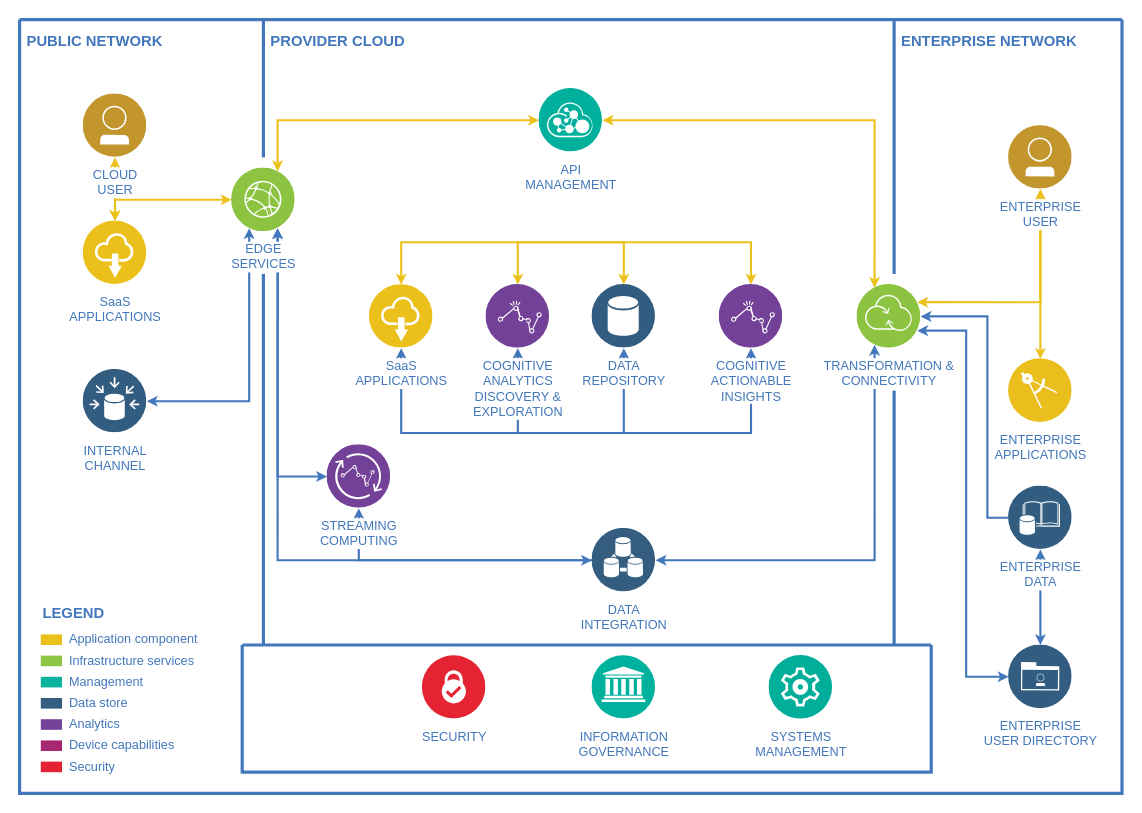
This is page "Page-1" (1 of 2) of 格林信息.drawio from bzerozero7/test, a draw.io file, before an edit. Source tidied: cells renumbered, new cells numbered last; positions are measured from the earlier drawing's top-left corner, leaving out a move shared by most shapes. Both pictures are drawn from the tidied source at 106%, with x=0, y=0 at pixel (19, 19).
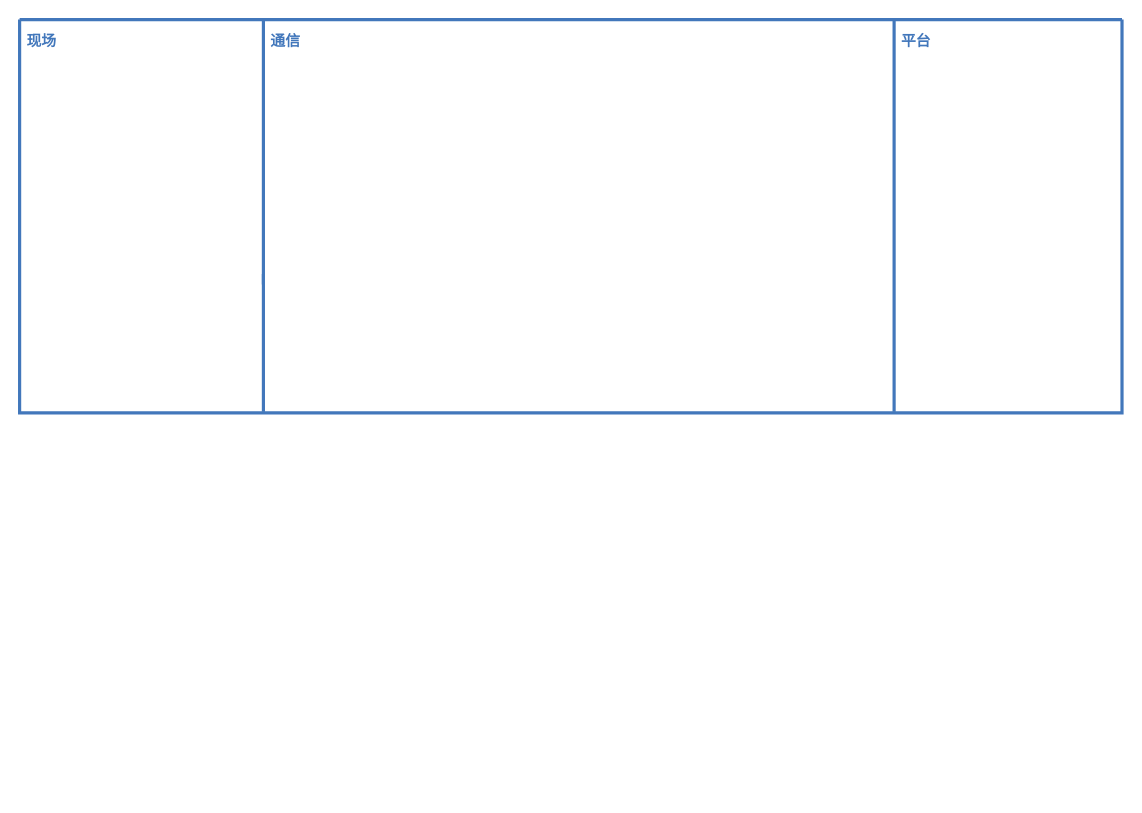
Above is the later version.

Commit message (it also covers changes not shown here):
更新格林信息.drawio

The edit, as a diff of the source:
```diff
@@
     <mxCell id="2" style="swimlane;shadow=0;strokeColor=#4277BB;fillColor=#ffffff;fontColor=none;align=right;startSize=0;noLabel=1;strokeWidth=3;" parent="1" vertex="1">
-      <mxGeometry width="1040" height="730" as="geometry" />
+      <mxGeometry width="1040" height="371" as="geometry" />
     </mxCell>
-    <mxCell id="3" style="edgeStyle=orthogonalEdgeStyle;rounded=0;html=1;labelBackgroundColor=#ffffff;jettySize=auto;strokeColor=#EDC11C;fontColor=#000000;startArrow=classic;startFill=1;strokeWidth=2;endSize=4;startSize=4;" parent="2" edge="1" source="20" target="22">
-      <mxGeometry relative="1" as="geometry" />
-    </mxCell>
-    <mxCell id="4" style="edgeStyle=orthogonalEdgeStyle;rounded=0;html=1;entryX=0.75;entryY=1;labelBackgroundColor=#ffffff;jettySize=auto;strokeColor=#4277BB;fontColor=#000000;strokeWidth=2;endSize=4;startSize=4;startArrow=classic;startFill=1;" parent="2" edge="1" source="30" target="24">
-      <mxGeometry relative="1" as="geometry" />
-    </mxCell>
-    <mxCell id="5" style="edgeStyle=orthogonalEdgeStyle;rounded=0;html=1;entryX=0.25;entryY=1;labelBackgroundColor=#ffffff;jettySize=auto;strokeColor=#4277BB;fontColor=#000000;strokeWidth=2;endSize=4;startSize=4;startArrow=classic;startFill=1;" parent="2" edge="1" source="23" target="24">
-      <mxGeometry relative="1" as="geometry" />
-    </mxCell>
-    <mxCell id="6" style="edgeStyle=orthogonalEdgeStyle;rounded=0;html=1;entryX=0.25;entryY=0;labelBackgroundColor=#ffffff;jettySize=auto;strokeColor=#EDC11C;fontColor=#000000;startArrow=classic;strokeWidth=2;endSize=4;startSize=4;" parent="2" edge="1" source="25" target="32">
-      <mxGeometry relative="1" as="geometry" />
-    </mxCell>
-    <mxCell id="7" style="edgeStyle=orthogonalEdgeStyle;rounded=0;html=1;entryX=0.75;entryY=0;labelBackgroundColor=#ffffff;jettySize=auto;strokeColor=#EDC11C;fontColor=#000000;startArrow=classic;strokeWidth=2;endSize=4;startSize=4;" parent="2" edge="1" source="25" target="24">
-      <mxGeometry relative="1" as="geometry">
-        <Array as="points">
-          <mxPoint x="243" y="95" />
-        </Array>
-      </mxGeometry>
-    </mxCell>
-    <mxCell id="8" style="edgeStyle=orthogonalEdgeStyle;rounded=0;html=1;labelBackgroundColor=#ffffff;jettySize=auto;strokeColor=#4277BB;fontColor=#000000;strokeWidth=2;endSize=4;startSize=4;startArrow=classic;startFill=1;" parent="2" edge="1" source="26" target="29">
-      <mxGeometry relative="1" as="geometry">
-        <Array as="points">
-          <mxPoint x="360" y="390" />
-          <mxPoint x="690" y="390" />
-        </Array>
-      </mxGeometry>
-    </mxCell>
-    <mxCell id="9" style="edgeStyle=orthogonalEdgeStyle;rounded=0;html=1;labelBackgroundColor=#ffffff;jettySize=auto;strokeColor=#EDC11C;fontColor=#000000;startArrow=classic;strokeWidth=2;endSize=4;startSize=4;" parent="2" edge="1" source="26" target="29">
-      <mxGeometry relative="1" as="geometry">
-        <Array as="points">
-          <mxPoint x="360" y="210" />
-          <mxPoint x="690" y="210" />
-        </Array>
-      </mxGeometry>
-    </mxCell>
-    <mxCell id="10" style="edgeStyle=orthogonalEdgeStyle;rounded=0;html=1;labelBackgroundColor=#ffffff;jettySize=auto;strokeColor=#4277BB;fontColor=#000000;strokeWidth=2;endSize=4;startSize=4;startArrow=classic;startFill=1;" parent="2" edge="1" source="27" target="28">
-      <mxGeometry relative="1" as="geometry">
-        <Array as="points">
-          <mxPoint x="470" y="390" />
-          <mxPoint x="570" y="390" />
-        </Array>
-      </mxGeometry>
-    </mxCell>
-    <mxCell id="11" style="edgeStyle=orthogonalEdgeStyle;rounded=0;html=1;labelBackgroundColor=#ffffff;jettySize=auto;strokeColor=#EDC11C;fontColor=#000000;startArrow=classic;strokeWidth=2;endSize=4;startSize=4;" parent="2" edge="1" source="27" target="28">
-      <mxGeometry relative="1" as="geometry">
-        <Array as="points">
-          <mxPoint x="470" y="210" />
-          <mxPoint x="570" y="210" />
-        </Array>
-      </mxGeometry>
-    </mxCell>
-    <mxCell id="12" style="edgeStyle=orthogonalEdgeStyle;rounded=0;html=1;labelBackgroundColor=#ffffff;jettySize=auto;strokeColor=#4277BB;fontColor=#000000;entryX=0.75;entryY=1;strokeWidth=2;endSize=4;startSize=4;startArrow=classic;startFill=1;" parent="2" edge="1" source="31" target="24">
-      <mxGeometry relative="1" as="geometry">
-        <Array as="points">
-          <mxPoint x="243" y="510" />
-        </Array>
-      </mxGeometry>
-    </mxCell>
-    <mxCell id="13" style="edgeStyle=orthogonalEdgeStyle;rounded=0;html=1;entryX=0.25;entryY=1;labelBackgroundColor=#ffffff;jettySize=auto;strokeColor=#4277BB;fontColor=#000000;strokeWidth=2;endSize=4;startSize=4;startArrow=classic;startFill=1;" parent="2" edge="1" source="31" target="32">
-      <mxGeometry relative="1" as="geometry" />
-    </mxCell>
-    <mxCell id="14" style="edgeStyle=orthogonalEdgeStyle;rounded=0;html=1;labelBackgroundColor=#ffffff;jettySize=auto;strokeColor=#EDC11C;fontColor=#000000;startArrow=classic;strokeWidth=2;endSize=4;startSize=4;" parent="2" edge="1" source="33" target="34">
-      <mxGeometry relative="1" as="geometry" />
-    </mxCell>
-    <mxCell id="15" style="edgeStyle=orthogonalEdgeStyle;rounded=0;html=1;entryX=1;entryY=0.25;labelBackgroundColor=#ffffff;jettySize=auto;strokeColor=#EDC11C;fontColor=#000000;startArrow=classic;strokeWidth=2;endSize=4;startSize=4;" parent="2" edge="1" source="33" target="32">
-      <mxGeometry relative="1" as="geometry">
-        <Array as="points">
-          <mxPoint x="963" y="267" />
-        </Array>
-      </mxGeometry>
-    </mxCell>
-    <mxCell id="16" style="edgeStyle=orthogonalEdgeStyle;rounded=0;html=1;entryX=1;entryY=0.5;labelBackgroundColor=#ffffff;jettySize=auto;strokeColor=#4277BB;fontColor=#000000;strokeWidth=2;endSize=4;startSize=4;" parent="2" edge="1" source="35" target="32">
-      <mxGeometry relative="1" as="geometry">
-        <Array as="points">
-          <mxPoint x="913" y="470" />
-          <mxPoint x="913" y="280" />
-        </Array>
-      </mxGeometry>
-    </mxCell>
-    <mxCell id="17" style="edgeStyle=orthogonalEdgeStyle;rounded=0;html=1;labelBackgroundColor=#ffffff;jettySize=auto;strokeColor=#4277BB;fontColor=#000000;strokeWidth=2;endSize=4;startSize=4;startArrow=classic;startFill=1;" parent="2" edge="1" source="35" target="36">
-      <mxGeometry relative="1" as="geometry" />
-    </mxCell>
-    <mxCell id="18" style="edgeStyle=orthogonalEdgeStyle;rounded=0;html=1;entryX=1;entryY=0.75;labelBackgroundColor=#ffffff;jettySize=auto;strokeColor=#4277BB;fontColor=#000000;strokeWidth=2;endSize=4;startSize=4;startArrow=classic;startFill=1;" parent="2" edge="1" source="36" target="32">
-      <mxGeometry relative="1" as="geometry">
-        <Array as="points">
-          <mxPoint x="893" y="620" />
-          <mxPoint x="893" y="293" />
-        </Array>
-      </mxGeometry>
-    </mxCell>
-    <mxCell id="19" style="edgeStyle=orthogonalEdgeStyle;rounded=0;html=1;labelBackgroundColor=#ffffff;jettySize=auto;strokeColor=#4277BB;fontSize=12;fontColor=#4277BB;strokeWidth=2;endSize=4;startSize=4;" parent="2" edge="1" source="31" target="30">
-      <mxGeometry relative="1" as="geometry" />
-    </mxCell>
-    <mxCell id="20" value="CLOUD&lt;div&gt;USER&lt;/div&gt;" style="perimeter=ellipsePerimeter;html=1;align=center;shadow=0;dashed=0;image;image=img/lib/ibm/users/user.svg;strokeColor=#FF0000;fillColor=#FFFF66;gradientColor=none;fontColor=#4277BB;labelBackgroundColor=#ffffff;fontSize=12;spacingTop=3;" parent="2" vertex="1">
-      <mxGeometry x="60" y="70" width="60" height="60" as="geometry" />
-    </mxCell>
-    <mxCell id="21" style="edgeStyle=orthogonalEdgeStyle;rounded=0;html=1;labelBackgroundColor=#ffffff;startArrow=classic;startFill=1;startSize=4;endSize=4;jettySize=auto;strokeColor=#EDC11C;strokeWidth=2;fontSize=12;fontColor=#4277BB;" parent="2" edge="1" source="22" target="24">
-      <mxGeometry relative="1" as="geometry">
-        <Array as="points">
-          <mxPoint x="90" y="170" />
-        </Array>
-      </mxGeometry>
-    </mxCell>
-    <mxCell id="22" value="SaaS&lt;div&gt;APPLICATIONS&lt;/div&gt;" style="perimeter=ellipsePerimeter;html=1;align=center;shadow=0;dashed=0;image;image=img/lib/ibm/applications/saas_applications.svg;strokeColor=#FF0000;fillColor=#FFFF66;gradientColor=none;fontColor=#4277BB;labelBackgroundColor=#ffffff;spacingTop=3;" parent="2" vertex="1">
-      <mxGeometry x="60" y="190" width="60" height="60" as="geometry" />
-    </mxCell>
-    <mxCell id="23" value="INTERNAL&lt;div&gt;CHANNEL&lt;/div&gt;" style="perimeter=ellipsePerimeter;html=1;align=center;shadow=0;dashed=0;image;image=img/lib/ibm/data/data_sources.svg;strokeColor=#FF0000;fillColor=#FFFF66;gradientColor=none;fontColor=#4277BB;labelBackgroundColor=#ffffff;spacingTop=3;" parent="2" vertex="1">
-      <mxGeometry x="60" y="330" width="60" height="60" as="geometry" />
-    </mxCell>
-    <mxCell id="24" value="EDGE&lt;div&gt;SERVICES&lt;/div&gt;" style="perimeter=ellipsePerimeter;html=1;align=center;shadow=0;dashed=0;image;image=img/lib/ibm/infrastructure/edge_services.svg;strokeColor=#FF0000;fillColor=#FFFF66;gradientColor=none;fontColor=#4277BB;labelBackgroundColor=#ffffff;spacingTop=3;" parent="2" vertex="1">
-      <mxGeometry x="200" y="140" width="60" height="60" as="geometry" />
-    </mxCell>
-    <mxCell id="25" value="API&lt;div&gt;MANAGEMENT&lt;/div&gt;" style="perimeter=ellipsePerimeter;html=1;align=center;shadow=0;dashed=0;image;image=img/lib/ibm/management/api_management.svg;strokeColor=#FF0000;fillColor=#FFFF66;gradientColor=none;fontColor=#4277BB;labelBackgroundColor=#ffffff;spacingTop=3;" parent="2" vertex="1">
-      <mxGeometry x="490" y="65" width="60" height="60" as="geometry" />
-    </mxCell>
-    <mxCell id="26" value="SaaS&lt;div&gt;APPLICATIONS&lt;/div&gt;" style="perimeter=ellipsePerimeter;html=1;align=center;shadow=0;dashed=0;image;image=img/lib/ibm/applications/saas_applications.svg;strokeColor=#FF0000;fillColor=#FFFF66;gradientColor=none;fontColor=#4277BB;labelBackgroundColor=#ffffff;spacingTop=3;" parent="2" vertex="1">
-      <mxGeometry x="330" y="250" width="60" height="60" as="geometry" />
-    </mxCell>
-    <mxCell id="27" value="COGNITIVE&lt;div&gt;ANALYTICS&lt;/div&gt;&lt;div&gt;DISCOVERY &amp;amp;&lt;/div&gt;&lt;div&gt;EXPLORATION&lt;/div&gt;" style="perimeter=ellipsePerimeter;html=1;align=center;shadow=0;dashed=0;image;image=img/lib/ibm/analytics/analytics.svg;strokeColor=#FF0000;fillColor=#FFFF66;gradientColor=none;fontColor=#4277BB;labelBackgroundColor=#ffffff;spacingTop=3;" parent="2" vertex="1">
-      <mxGeometry x="440" y="250" width="60" height="60" as="geometry" />
-    </mxCell>
-    <mxCell id="28" value="DATA&lt;div&gt;REPOSITORY&lt;/div&gt;" style="perimeter=ellipsePerimeter;html=1;align=center;shadow=0;dashed=0;image;image=img/lib/ibm/data/data_services.svg;strokeColor=#FF0000;fillColor=#FFFF66;gradientColor=none;fontColor=#4277BB;labelBackgroundColor=#ffffff;spacingTop=3;" parent="2" vertex="1">
-      <mxGeometry x="540" y="250" width="60" height="60" as="geometry" />
-    </mxCell>
-    <mxCell id="29" value="COGNITIVE&lt;div&gt;ACTIONABLE&lt;/div&gt;&lt;div&gt;INSIGHTS&lt;/div&gt;" style="perimeter=ellipsePerimeter;html=1;align=center;shadow=0;dashed=0;image;image=img/lib/ibm/analytics/analytics.svg;strokeColor=#FF0000;fillColor=#FFFF66;gradientColor=none;fontColor=#4277BB;labelBackgroundColor=#ffffff;spacingTop=3;" parent="2" vertex="1">
-      <mxGeometry x="660" y="250" width="60" height="60" as="geometry" />
-    </mxCell>
-    <mxCell id="30" value="STREAMING&lt;div&gt;COMPUTING&lt;/div&gt;" style="perimeter=ellipsePerimeter;html=1;align=center;shadow=0;dashed=0;image;image=img/lib/ibm/analytics/streaming_computing.svg;strokeColor=#FF0000;fillColor=#FFFF66;gradientColor=none;fontColor=#4277BB;labelBackgroundColor=#ffffff;spacingTop=3;" parent="2" vertex="1">
-      <mxGeometry x="290" y="401" width="60" height="60" as="geometry" />
-    </mxCell>
-    <mxCell id="31" value="DATA&lt;div&gt;INTEGRATION&lt;/div&gt;" style="perimeter=ellipsePerimeter;html=1;align=center;shadow=0;dashed=0;image;image=img/lib/ibm/data/device_registry.svg;strokeColor=#FF0000;fillColor=#FFFF66;gradientColor=none;fontColor=#4277BB;labelBackgroundColor=#ffffff;spacingTop=3;" parent="2" vertex="1">
-      <mxGeometry x="540" y="480" width="60" height="60" as="geometry" />
-    </mxCell>
-    <mxCell id="32" value="TRANSFORMATION &amp;amp;&lt;div&gt;CONNECTIVITY&lt;/div&gt;" style="perimeter=ellipsePerimeter;html=1;align=center;shadow=0;dashed=0;image;image=img/lib/ibm/infrastructure/transformation_connectivity.svg;strokeColor=#FF0000;fillColor=#FFFF66;gradientColor=none;fontColor=#4277BB;labelBackgroundColor=#ffffff;spacingTop=3;" parent="2" vertex="1">
-      <mxGeometry x="790" y="250" width="60" height="60" as="geometry" />
-    </mxCell>
-    <mxCell id="33" value="ENTERPRISE&lt;div&gt;USER&lt;/div&gt;" style="perimeter=ellipsePerimeter;html=1;align=center;shadow=0;dashed=0;image;image=img/lib/ibm/users/user.svg;strokeColor=#FF0000;fillColor=#FFFF66;gradientColor=none;fontColor=#4277BB;labelBackgroundColor=#ffffff;spacingTop=3;" parent="2" vertex="1">
-      <mxGeometry x="933" y="100" width="60" height="60" as="geometry" />
-    </mxCell>
-    <mxCell id="34" value="ENTERPRISE&lt;div&gt;APPLICATIONS&lt;/div&gt;" style="perimeter=ellipsePerimeter;html=1;align=center;shadow=0;dashed=0;image;image=img/lib/ibm/applications/enterprise_applications.svg;strokeColor=#FF0000;fillColor=#FFFF66;gradientColor=none;fontColor=#4277BB;labelBackgroundColor=#ffffff;spacingTop=3;" parent="2" vertex="1">
-      <mxGeometry x="933" y="320" width="60" height="60" as="geometry" />
-    </mxCell>
-    <mxCell id="35" value="ENTERPRISE&lt;div&gt;DATA&lt;/div&gt;" style="perimeter=ellipsePerimeter;html=1;align=center;shadow=0;dashed=0;image;image=img/lib/ibm/data/enterprise_data.svg;strokeColor=#FF0000;fillColor=#FFFF66;gradientColor=none;fontColor=#4277BB;labelBackgroundColor=#ffffff;spacingTop=3;" parent="2" vertex="1">
-      <mxGeometry x="933" y="440" width="60" height="60" as="geometry" />
-    </mxCell>
-    <mxCell id="36" value="ENTERPRISE&lt;div&gt;USER DIRECTORY&lt;/div&gt;" style="perimeter=ellipsePerimeter;html=1;align=center;shadow=0;dashed=0;image;image=img/lib/ibm/data/enterprise_user_directory.svg;strokeColor=#FF0000;fillColor=#FFFF66;gradientColor=none;fontColor=#4277BB;labelBackgroundColor=#ffffff;spacingTop=3;" parent="2" vertex="1">
-      <mxGeometry x="933" y="590" width="60" height="60" as="geometry" />
-    </mxCell>
-    <mxCell id="37" style="swimlane;shadow=0;labelBackgroundColor=#007FFF;strokeColor=#4277BB;fillColor=none;gradientColor=none;fontColor=#000000;align=right;startSize=0;strokeWidth=3;" parent="2" vertex="1">
-      <mxGeometry x="210" y="590" width="650" height="120" as="geometry" />
-    </mxCell>
-    <mxCell id="38" value="SECURITY" style="perimeter=ellipsePerimeter;html=1;align=center;shadow=0;dashed=0;image;image=img/lib/ibm/blockchain/certificate_authority.svg;strokeColor=#FF0000;fillColor=#FFFF66;gradientColor=none;fontColor=#4277BB;labelBackgroundColor=#ffffff;spacingTop=3;" parent="37" vertex="1">
-      <mxGeometry x="170" y="10" width="60" height="60" as="geometry" />
-    </mxCell>
-    <mxCell id="39" value="INFORMATION&lt;div&gt;GOVERNANCE&lt;/div&gt;" style="perimeter=ellipsePerimeter;html=1;align=center;shadow=0;dashed=0;image;image=img/lib/ibm/management/information_governance.svg;strokeColor=#FF0000;fillColor=#FFFF66;gradientColor=none;fontColor=#4277BB;labelBackgroundColor=#ffffff;spacingTop=3;" parent="37" vertex="1">
-      <mxGeometry x="330" y="10" width="60" height="60" as="geometry" />
-    </mxCell>
-    <mxCell id="40" value="SYSTEMS&lt;div&gt;MANAGEMENT&lt;/div&gt;" style="perimeter=ellipsePerimeter;html=1;align=center;shadow=0;dashed=0;image;image=img/lib/ibm/management/cluster_management.svg;strokeColor=#FF0000;fillColor=#FFFF66;gradientColor=none;fontColor=#4277BB;labelBackgroundColor=#ffffff;spacingTop=3;" parent="37" vertex="1">
-      <mxGeometry x="497" y="10" width="60" height="60" as="geometry" />
-    </mxCell>
-    <mxCell id="41" value="PUBLIC NETWORK" style="text;html=1;align=left;verticalAlign=middle;fontColor=#4277BB;shadow=0;dashed=0;strokeColor=none;fillColor=none;labelBackgroundColor=none;fontStyle=1;fontSize=14;spacingLeft=5;" parent="2" vertex="1">
+    <mxCell id="41" value="现场" style="text;html=1;align=left;verticalAlign=middle;fontColor=#4277BB;shadow=0;dashed=0;strokeColor=none;fillColor=none;labelBackgroundColor=none;fontStyle=1;fontSize=14;spacingLeft=5;" parent="2" vertex="1">
       <mxGeometry y="10" width="150" height="20" as="geometry" />
     </mxCell>
     <mxCell id="42" style="line;strokeWidth=3;direction=south;html=1;shadow=0;labelBackgroundColor=none;fillColor=none;gradientColor=none;fontSize=12;fontColor=#4277BB;align=right;strokeColor=#4277BB;" parent="2" vertex="1">
-      <mxGeometry x="225" width="10" height="130" as="geometry" />
+      <mxGeometry x="225" width="10" height="250" as="geometry" />
     </mxCell>
     <mxCell id="43" style="line;strokeWidth=3;direction=south;html=1;shadow=0;labelBackgroundColor=none;fillColor=none;gradientColor=none;fontSize=12;fontColor=#4277BB;align=right;strokeColor=#4277BB;" parent="2" vertex="1">
-      <mxGeometry x="225" y="240" width="10" height="350" as="geometry" />
+      <mxGeometry x="225" y="240" width="10" height="130" as="geometry" />
     </mxCell>
     <mxCell id="44" style="line;strokeWidth=3;direction=south;html=1;shadow=0;labelBackgroundColor=none;fillColor=none;gradientColor=none;fontSize=12;fontColor=#4277BB;align=right;strokeColor=#4277BB;" parent="2" vertex="1">
-      <mxGeometry x="820" y="350" width="10" height="240" as="geometry" />
+      <mxGeometry x="820" y="240" width="10" height="130" as="geometry" />
     </mxCell>
@@
-    <mxCell id="46" value="PROVIDER CLOUD" style="text;html=1;align=left;verticalAlign=middle;fontColor=#4277BB;shadow=0;dashed=0;strokeColor=none;fillColor=none;labelBackgroundColor=none;fontStyle=1;fontSize=14;spacingLeft=5;" parent="2" vertex="1">
+    <mxCell id="46" value="通信" style="text;html=1;align=left;verticalAlign=middle;fontColor=#4277BB;shadow=0;dashed=0;strokeColor=none;fillColor=none;labelBackgroundColor=none;fontStyle=1;fontSize=14;spacingLeft=5;" parent="2" vertex="1">
       <mxGeometry x="230" y="10" width="150" height="20" as="geometry" />
     </mxCell>
-    <mxCell id="47" value="ENTERPRISE NETWORK" style="text;html=1;align=left;verticalAlign=middle;fontColor=#4277BB;shadow=0;dashed=0;strokeColor=none;fillColor=none;labelBackgroundColor=none;fontStyle=1;fontSize=14;spacingLeft=5;" parent="2" vertex="1">
+    <mxCell id="47" value="平台" style="text;html=1;align=left;verticalAlign=middle;fontColor=#4277BB;shadow=0;dashed=0;strokeColor=none;fillColor=none;labelBackgroundColor=none;fontStyle=1;fontSize=14;spacingLeft=5;" parent="2" vertex="1">
       <mxGeometry x="825" y="10" width="185" height="20" as="geometry" />
     </mxCell>
-    <mxCell id="48" value="Application component" style="rounded=0;html=1;shadow=0;labelBackgroundColor=none;strokeColor=none;strokeWidth=2;fillColor=#EBC01A;gradientColor=none;fontSize=12;fontColor=#4277BB;align=left;labelPosition=right;verticalLabelPosition=middle;verticalAlign=middle;spacingLeft=5;" parent="2" vertex="1">
-      <mxGeometry x="20" y="580" width="20" height="10" as="geometry" />
-    </mxCell>
-    <mxCell id="49" value="Infrastructure services" style="rounded=0;html=1;shadow=0;labelBackgroundColor=none;strokeColor=none;strokeWidth=2;fillColor=#8DC642;gradientColor=none;fontSize=12;fontColor=#4277BB;align=left;labelPosition=right;verticalLabelPosition=middle;verticalAlign=middle;spacingLeft=5;" parent="2" vertex="1">
-      <mxGeometry x="20" y="600" width="20" height="10" as="geometry" />
-    </mxCell>
-    <mxCell id="50" value="Management" style="rounded=0;html=1;shadow=0;labelBackgroundColor=none;strokeColor=none;strokeWidth=2;fillColor=#0DB39D;gradientColor=none;fontSize=12;fontColor=#4277BB;align=left;labelPosition=right;verticalLabelPosition=middle;verticalAlign=middle;spacingLeft=5;" parent="2" vertex="1">
-      <mxGeometry x="20" y="620" width="20" height="10" as="geometry" />
-    </mxCell>
-    <mxCell id="51" value="Data store" style="rounded=0;html=1;shadow=0;labelBackgroundColor=none;strokeColor=none;strokeWidth=2;fillColor=#335D81;gradientColor=none;fontSize=12;fontColor=#4277BB;align=left;labelPosition=right;verticalLabelPosition=middle;verticalAlign=middle;spacingLeft=5;" parent="2" vertex="1">
-      <mxGeometry x="20" y="640" width="20" height="10" as="geometry" />
-    </mxCell>
-    <mxCell id="52" value="Analytics" style="rounded=0;html=1;shadow=0;labelBackgroundColor=none;strokeColor=none;strokeWidth=2;fillColor=#744399;gradientColor=none;fontSize=12;fontColor=#4277BB;align=left;labelPosition=right;verticalLabelPosition=middle;verticalAlign=middle;spacingLeft=5;" parent="2" vertex="1">
-      <mxGeometry x="20" y="660" width="20" height="10" as="geometry" />
-    </mxCell>
-    <mxCell id="53" value="Device capabilities" style="rounded=0;html=1;shadow=0;labelBackgroundColor=none;strokeColor=none;strokeWidth=2;fillColor=#A72870;gradientColor=none;fontSize=12;fontColor=#4277BB;align=left;labelPosition=right;verticalLabelPosition=middle;verticalAlign=middle;spacingLeft=5;" parent="2" vertex="1">
-      <mxGeometry x="20" y="680" width="20" height="10" as="geometry" />
-    </mxCell>
-    <mxCell id="54" value="Security" style="rounded=0;html=1;shadow=0;labelBackgroundColor=none;strokeColor=none;strokeWidth=2;fillColor=#E52134;gradientColor=none;fontSize=12;fontColor=#4277BB;align=left;labelPosition=right;verticalLabelPosition=middle;verticalAlign=middle;spacingLeft=5;" parent="2" vertex="1">
-      <mxGeometry x="20" y="700" width="20" height="10" as="geometry" />
-    </mxCell>
-    <mxCell id="55" value="LEGEND" style="text;html=1;align=left;verticalAlign=middle;fontColor=#4277BB;shadow=0;dashed=0;strokeColor=none;fillColor=none;labelBackgroundColor=none;fontStyle=1;fontSize=14;spacingLeft=0;" parent="2" vertex="1">
-      <mxGeometry x="20" y="550" width="150" height="20" as="geometry" />
-    </mxCell>
```
